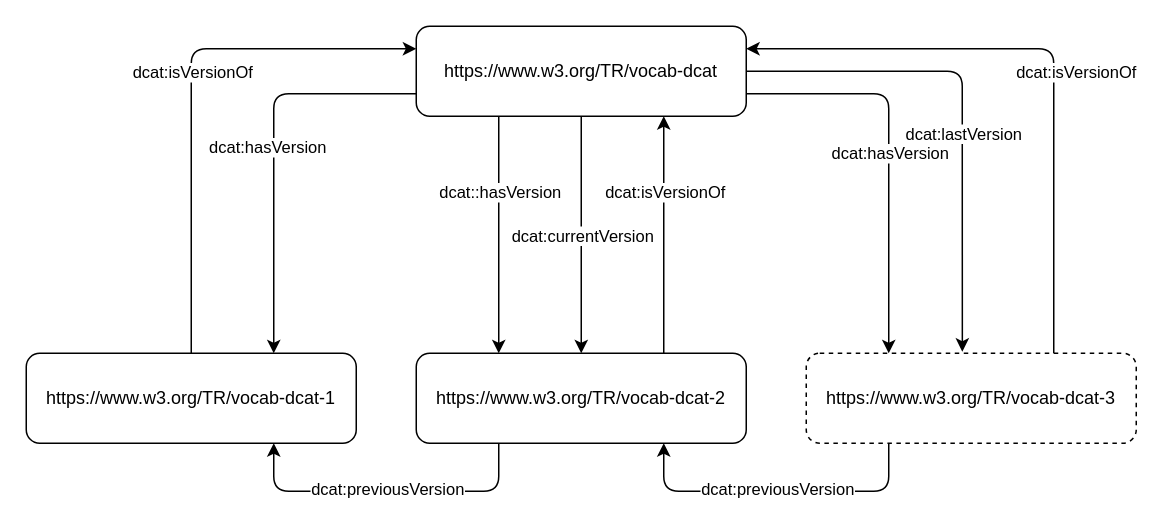
This is dcat/images/version-chain-and-hierarchy.drawio from w3c/dxwg, a draw.io file, before an edit. Source tidied: cells renumbered, new cells numbered last; positions are measured from the earlier drawing's top-left corner, leaving out a move shared by most shapes. Both pictures are drawn from the tidied source at 150%, with x=0, y=0 at pixel (26, 26).
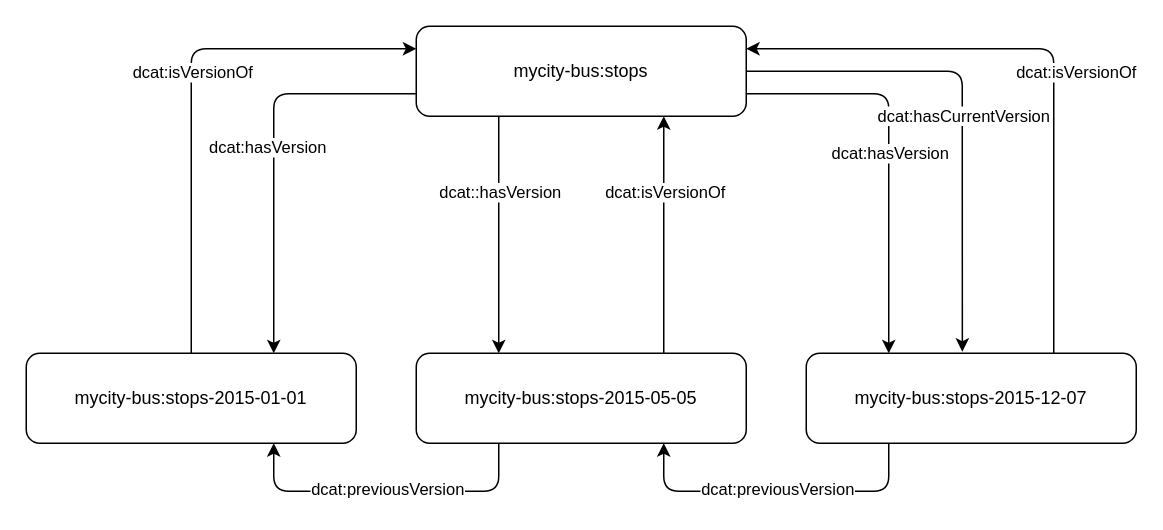
The same diagram, later.

Unchanged cells that the change refers to:
```xml
<mxCell id="22" style="endArrow=classic;html=1;exitX=1;exitY=0.5;exitDx=0;exitDy=0;entryX=0.473;entryY=-0.017;entryDx=0;entryDy=0;entryPerimeter=0;" parent="1" edge="1" source="2" target="5">
  <mxGeometry relative="1" as="geometry">
    <Array as="points">
      <mxPoint x="624" y="30" />
    </Array>
  </mxGeometry>
</mxCell>
```

Diff of the diagram source:
```diff
@@
-    <mxCell id="2" value="https://www.w3.org/TR/vocab-dcat" style="rounded=1;whiteSpace=wrap;html=1;" parent="1" vertex="1">
+    <mxCell id="2" value="mycity-bus:stops" style="rounded=1;whiteSpace=wrap;html=1;" parent="1" vertex="1">
       <mxGeometry x="260" width="220" height="60" as="geometry" />
     </mxCell>
-    <mxCell id="3" value="https://www.w3.org/TR/vocab-dcat-1" style="rounded=1;whiteSpace=wrap;html=1;" parent="1" vertex="1">
+    <mxCell id="3" value="mycity-bus:stops-2015-01-01" style="rounded=1;whiteSpace=wrap;html=1;" parent="1" vertex="1">
       <mxGeometry y="218" width="220" height="60" as="geometry" />
     </mxCell>
-    <mxCell id="4" value="https://www.w3.org/TR/vocab-dcat-2" style="rounded=1;whiteSpace=wrap;html=1;" parent="1" vertex="1">
+    <mxCell id="4" value="mycity-bus:stops-2015-05-05" style="rounded=1;whiteSpace=wrap;html=1;" parent="1" vertex="1">
       <mxGeometry x="260" y="218" width="220" height="60" as="geometry" />
     </mxCell>
-    <mxCell id="5" value="https://www.w3.org/TR/vocab-dcat-3" style="rounded=1;whiteSpace=wrap;html=1;dashed=1;" parent="1" vertex="1">
+    <mxCell id="5" value="mycity-bus:stops-2015-12-07" style="rounded=1;whiteSpace=wrap;html=1;" parent="1" vertex="1">
       <mxGeometry x="520" y="218" width="220" height="60" as="geometry" />
     </mxCell>
@@
-    <mxCell id="10" style="endArrow=classic;html=1;exitX=0.5;exitY=1;exitDx=0;exitDy=0;" parent="1" edge="1" source="2" target="4">
-      <mxGeometry relative="1" as="geometry" />
-    </mxCell>
-    <mxCell id="11" value="dcat:currentVersion" style="edgeLabel;html=1;align=center;verticalAlign=middle;" parent="10" vertex="1">
-      <mxGeometry relative="1" as="geometry" />
-    </mxCell>
@@
-    <mxCell id="23" value="dcat:lastVersion" style="edgeLabel;html=1;align=center;verticalAlign=middle;" parent="22" vertex="1">
+    <mxCell id="23" value="dcat:hasCurrentVersion" style="edgeLabel;html=1;align=center;verticalAlign=middle;" parent="22" vertex="1">
       <mxGeometry relative="1" as="geometry">
-        <mxPoint x="0.9" y="21" as="offset" />
+        <mxPoint x="0.9" y="9" as="offset" />
       </mxGeometry>
     </mxCell>
```
